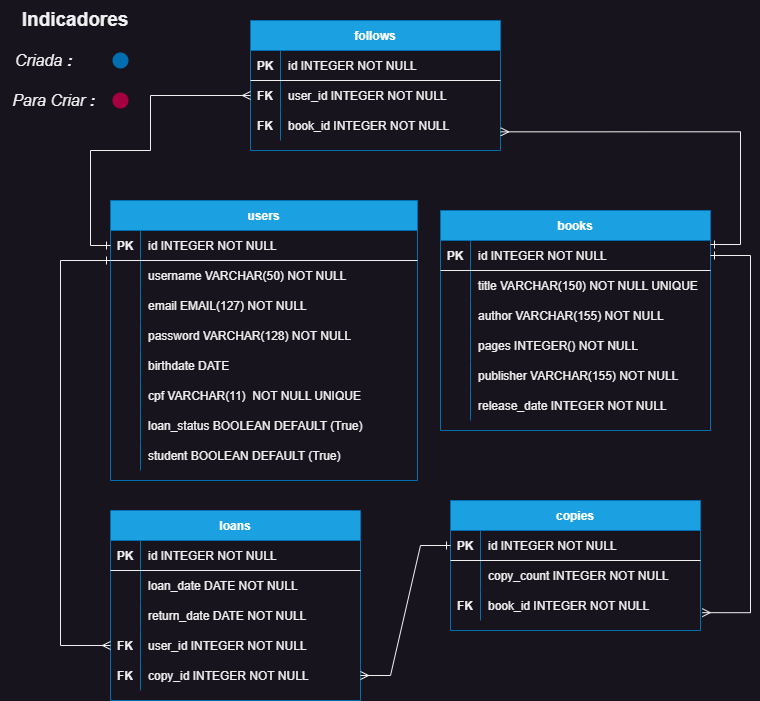
BiblioteKA-G3/BiblioteKA keeps this draw.io diagram as BiblioteKA_diagram.drawio.png. Above is the earlier version. Source tidied: cells renumbered, new cells last; positions are measured from the earlier drawing's top-left corner, leaving out a move shared by most shapes.
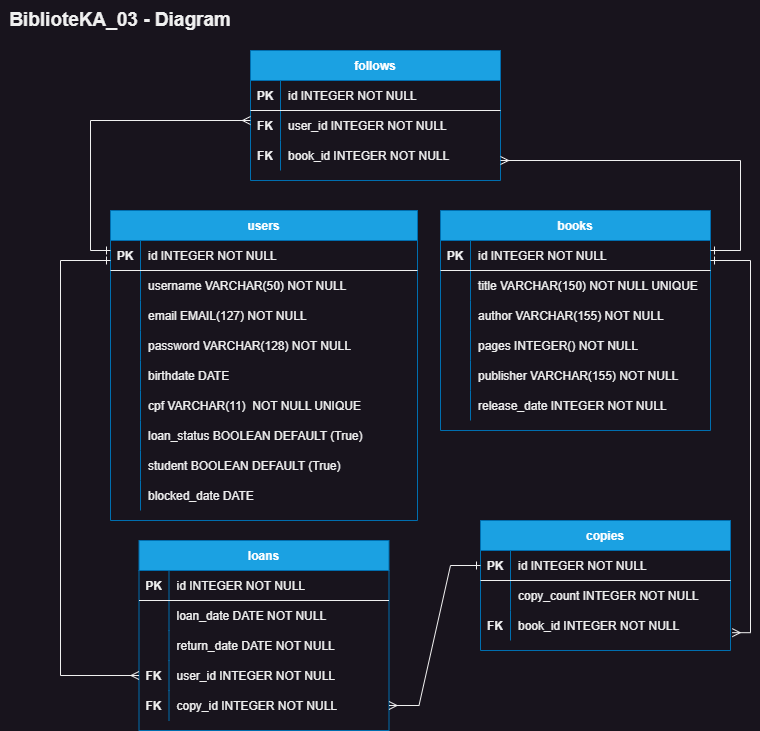
The same file after the commit.

Change to the diagram source:
```diff
@@ -3,7 +3,7 @@
     <mxCell id="0" />
     <mxCell id="1" parent="0" />
     <mxCell id="2" value="loans" style="shape=table;startSize=30;rowLines=0;fontStyle=1;align=center;fillColor=#1ba1e2;fontColor=#ffffff;strokeColor=#006EAF;" parent="1" vertex="1">
-      <mxGeometry x="110" y="510" width="250" height="190" as="geometry" />
+      <mxGeometry x="138.5" y="540" width="250" height="190" as="geometry" />
     </mxCell>
     <mxCell id="3" style="shape=partialRectangle;fillColor=none;top=0;left=0;right=0;bottom=1;" parent="2" vertex="1">
       <mxGeometry y="30" width="250" height="30" as="geometry" />
@@ -50,26 +50,17 @@
     <mxCell id="17" value="copy_id INTEGER NOT NULL" style="shape=partialRectangle;overflow=hidden;fillColor=none;top=0;left=0;bottom=0;right=0;align=left;spacingLeft=6;" parent="15" vertex="1">
       <mxGeometry x="30" width="220" height="30" as="geometry" />
     </mxCell>
-    <mxCell id="18" value="&lt;b style=&quot;font-size: 19px;&quot;&gt;&lt;font style=&quot;font-size: 19px;&quot;&gt;Indicadores&lt;/font&gt;&lt;/b&gt;" style="text;strokeColor=none;align=center;fillColor=none;html=1;verticalAlign=middle;whiteSpace=wrap;rounded=0;fontFamily=Helvetica;fontSize=19;" parent="1" vertex="1">
-      <mxGeometry x="10" width="130" height="40" as="geometry" />
+    <mxCell id="18" value="&lt;b style=&quot;font-size: 19px;&quot;&gt;&lt;font style=&quot;font-size: 19px;&quot;&gt;BiblioteKA_03 - Diagram&lt;/font&gt;&lt;/b&gt;" style="text;strokeColor=none;align=center;fillColor=none;html=1;verticalAlign=middle;whiteSpace=wrap;rounded=0;fontFamily=Helvetica;fontSize=19;" parent="1" vertex="1">
+      <mxGeometry width="240" height="40" as="geometry" />
     </mxCell>
-    <mxCell id="19" value="Para Criar &lt;b&gt;:&lt;/b&gt;" style="text;strokeColor=none;align=center;fillColor=none;html=1;verticalAlign=middle;whiteSpace=wrap;rounded=0;fontSize=16;fontStyle=2;" parent="1" vertex="1">
-      <mxGeometry y="80" width="106.7" height="40" as="geometry" />
-    </mxCell>
-    <mxCell id="20" value="Criada &lt;b&gt;:&lt;/b&gt;" style="text;strokeColor=none;align=center;fillColor=none;html=1;verticalAlign=middle;whiteSpace=wrap;rounded=0;fontSize=16;fontStyle=2;" parent="1" vertex="1">
-      <mxGeometry y="40" width="86.7" height="40" as="geometry" />
-    </mxCell>
-    <mxCell id="21" style="shape=waypoint;sketch=0;size=16;points=[];fillColor=#d80073;perimeter=centerPerimeter;snapToPoint=1;spacing=4;spacingTop=2;spacingLeft=1;fontColor=#ffffff;strokeColor=#A50040;" parent="1" vertex="1">
-      <mxGeometry x="110" y="90" width="20" height="20" as="geometry" />
-    </mxCell>
-    <mxCell id="22" style="edgeStyle=orthogonalEdgeStyle;rounded=0;orthogonalLoop=1;jettySize=auto;html=1;" parent="1" edge="1" source="21" target="21">
-      <mxGeometry relative="1" as="geometry" />
+    <mxCell id="22" style="edgeStyle=orthogonalEdgeStyle;rounded=0;orthogonalLoop=1;jettySize=auto;html=1;" parent="1" edge="1">
+      <mxGeometry relative="1" as="geometry">
+        <mxPoint x="120" y="100" as="sourcePoint" />
+        <mxPoint x="120" y="100" as="targetPoint" />
+      </mxGeometry>
     </mxCell>
-    <mxCell id="23" style="shape=waypoint;sketch=0;size=16;fillColor=#1ba1e2;perimeter=centerPerimeter;spacing=4;spacingTop=2;spacingLeft=1;fontColor=#ffffff;strokeColor=#006EAF;" parent="1" vertex="1">
-      <mxGeometry x="110" y="50" width="20" height="20" as="geometry" />
-    </mxCell>
     <mxCell id="24" value="users" style="shape=table;startSize=30;rowLines=0;fontStyle=1;align=center;fillColor=#1ba1e2;fontColor=#ffffff;strokeColor=#006EAF;" parent="1" vertex="1">
-      <mxGeometry x="110" y="200" width="307" height="280" as="geometry" />
+      <mxGeometry x="110" y="210" width="307" height="310" as="geometry" />
     </mxCell>
     <mxCell id="25" style="shape=partialRectangle;fillColor=none;points=[[0,0.5],[1,0.5]];portConstraint=eastwest;top=0;left=0;right=0;bottom=1;" parent="24" vertex="1">
       <mxGeometry y="30" width="307" height="30" as="geometry" />
@@ -143,8 +134,17 @@
     <mxCell id="48" value="student BOOLEAN DEFAULT (True)" style="shape=partialRectangle;overflow=hidden;fillColor=none;top=0;left=0;bottom=0;right=0;align=left;spacingLeft=6;" parent="46" vertex="1">
       <mxGeometry x="30" width="277" height="30" as="geometry" />
     </mxCell>
+    <mxCell id="94" style="shape=partialRectangle;fillColor=none;top=0;left=0;right=0;bottom=0;" parent="24" vertex="1">
+      <mxGeometry y="270" width="307" height="30" as="geometry" />
+    </mxCell>
+    <mxCell id="95" style="shape=partialRectangle;overflow=hidden;fillColor=none;top=0;left=0;bottom=0;right=0;" parent="94" vertex="1">
+      <mxGeometry width="30" height="30" as="geometry" />
+    </mxCell>
+    <mxCell id="96" value="blocked_date DATE" style="shape=partialRectangle;overflow=hidden;fillColor=none;top=0;left=0;bottom=0;right=0;align=left;spacingLeft=6;" parent="94" vertex="1">
+      <mxGeometry x="30" width="277" height="30" as="geometry" />
+    </mxCell>
     <mxCell id="49" value="follows" style="shape=table;startSize=30;rowLines=0;fontStyle=1;align=center;fillColor=#1ba1e2;fontColor=#ffffff;strokeColor=#006EAF;" parent="1" vertex="1">
-      <mxGeometry x="250" y="20" width="250" height="130" as="geometry" />
+      <mxGeometry x="250" y="50" width="250" height="130" as="geometry" />
     </mxCell>
     <mxCell id="50" style="shape=partialRectangle;fillColor=none;top=0;left=0;right=0;bottom=1;" parent="49" vertex="1">
       <mxGeometry y="30" width="250" height="30" as="geometry" />
@@ -231,7 +231,7 @@
       <mxGeometry x="30" width="240" height="30" as="geometry" />
     </mxCell>
     <mxCell id="78" value="copies" style="shape=table;startSize=30;rowLines=0;fontStyle=1;align=center;fillColor=#1ba1e2;fontColor=#ffffff;strokeColor=#006EAF;" parent="1" vertex="1">
-      <mxGeometry x="450" y="500" width="250" height="130" as="geometry" />
+      <mxGeometry x="480" y="520" width="250" height="130" as="geometry" />
     </mxCell>
     <mxCell id="79" style="shape=partialRectangle;fillColor=none;points=[[0,0.5],[1,0.5]];portConstraint=eastwest;top=0;left=0;right=0;bottom=1;" parent="78" vertex="1">
       <mxGeometry y="30" width="250" height="30" as="geometry" />
@@ -270,22 +270,24 @@
         </Array>
       </mxGeometry>
     </mxCell>
-    <mxCell id="89" style="fontSize=12;html=1;endArrow=ERmany;startArrow=ERone;rounded=0;entryX=0;entryY=0.5;entryDx=0;entryDy=0;exitX=0;exitY=0.5;exitDx=0;exitDy=0;edgeStyle=orthogonalEdgeStyle;endFill=0;startFill=0;" parent="1" edge="1" source="25" target="53">
+    <mxCell id="89" style="fontSize=12;html=1;endArrow=ERmany;startArrow=ERone;rounded=0;edgeStyle=orthogonalEdgeStyle;endFill=0;startFill=0;" parent="1" edge="1">
       <mxGeometry relative="1" as="geometry">
+        <mxPoint x="110" y="250" as="sourcePoint" />
+        <mxPoint x="250" y="120" as="targetPoint" />
         <Array as="points">
-          <mxPoint x="90" y="245" />
-          <mxPoint x="90" y="150" />
-          <mxPoint x="150" y="150" />
-          <mxPoint x="150" y="95" />
+          <mxPoint x="90" y="250" />
+          <mxPoint x="90" y="120" />
         </Array>
       </mxGeometry>
     </mxCell>
-    <mxCell id="90" style="edgeStyle=orthogonalEdgeStyle;fontSize=12;html=1;endArrow=ERmany;startArrow=ERone;rounded=0;entryX=1.001;entryY=0.711;entryDx=0;entryDy=0;entryPerimeter=0;endFill=0;startFill=0;" parent="1" edge="1" target="56">
+    <mxCell id="90" style="edgeStyle=orthogonalEdgeStyle;fontSize=12;html=1;endArrow=ERmany;startArrow=ERone;rounded=0;endFill=0;startFill=0;" parent="1" edge="1">
       <mxGeometry relative="1" as="geometry">
-        <mxPoint x="710" y="244" as="sourcePoint" />
+        <mxPoint x="710" y="250" as="sourcePoint" />
+        <mxPoint x="500" y="160" as="targetPoint" />
         <Array as="points">
-          <mxPoint x="740" y="244" />
-          <mxPoint x="740" y="131" />
+          <mxPoint x="740" y="250" />
+          <mxPoint x="740" y="160" />
+          <mxPoint x="500" y="160" />
         </Array>
       </mxGeometry>
     </mxCell>
@@ -293,7 +295,7 @@
       <mxGeometry relative="1" as="geometry">
         <mxPoint x="110" y="260" as="targetPoint" />
         <Array as="points">
-          <mxPoint x="60" y="645" />
+          <mxPoint x="60" y="675" />
           <mxPoint x="60" y="260" />
         </Array>
       </mxGeometry>
@@ -301,10 +303,13 @@
     <mxCell id="92" style="edgeStyle=entityRelationEdgeStyle;fontSize=12;html=1;endArrow=ERone;startArrow=ERmany;rounded=0;entryX=0;entryY=0.5;entryDx=0;entryDy=0;exitX=1;exitY=0.5;exitDx=0;exitDy=0;endFill=0;startFill=0;" parent="1" edge="1" source="15" target="79">
       <mxGeometry relative="1" as="geometry" />
     </mxCell>
-    <mxCell id="93" style="edgeStyle=orthogonalEdgeStyle;fontSize=12;html=1;endArrow=ERone;endFill=0;rounded=0;exitX=1.007;exitY=0.739;exitDx=0;exitDy=0;exitPerimeter=0;entryX=1;entryY=0.5;entryDx=0;entryDy=0;startArrow=ERmany;startFill=0;" parent="1" edge="1" source="85" target="60">
+    <mxCell id="93" style="edgeStyle=orthogonalEdgeStyle;fontSize=12;html=1;endArrow=ERone;endFill=0;rounded=0;exitX=1.007;exitY=0.739;exitDx=0;exitDy=0;exitPerimeter=0;startArrow=ERmany;startFill=0;" parent="1" edge="1" source="85">
       <mxGeometry relative="1" as="geometry">
+        <mxPoint x="710" y="260" as="targetPoint" />
         <Array as="points">
-          <mxPoint x="750" y="255" />
+          <mxPoint x="750" y="632" />
+          <mxPoint x="750" y="260" />
+          <mxPoint x="710" y="260" />
         </Array>
       </mxGeometry>
     </mxCell>
```
